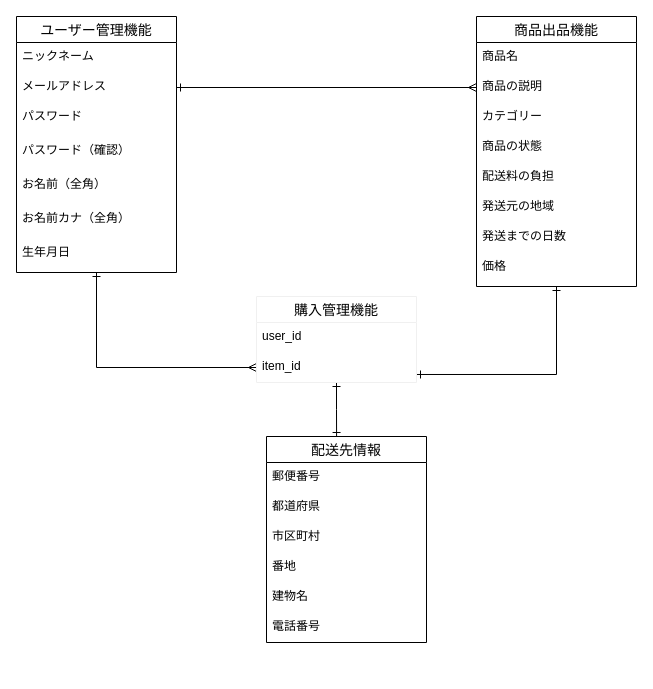
yukki373/furima-34583 keeps this draw.io diagram as furima.dio. Above is the earlier version. Source tidied: cells renumbered, new cells numbered last; positions are measured from the earlier drawing's top-left corner, leaving out a move shared by most shapes. Both pictures are drawn from the tidied source at 100%, with x=0, y=0 at pixel (16, 16).
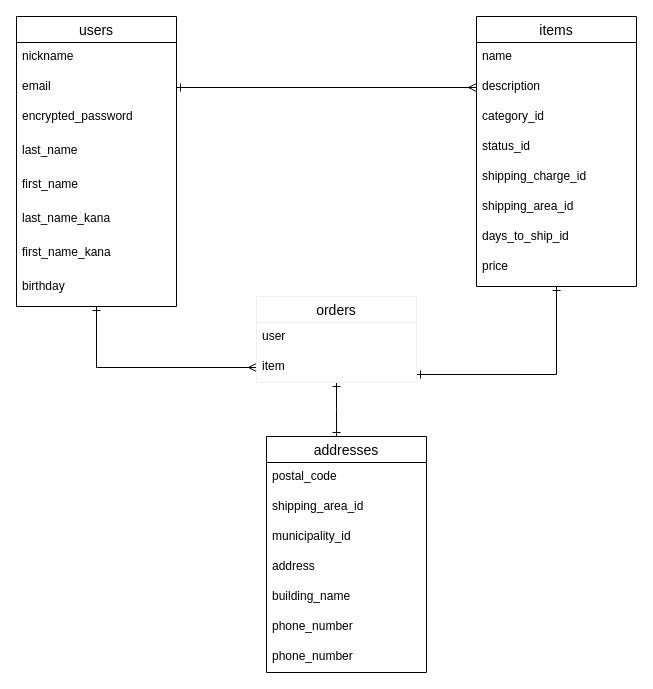
The same page after the edit.

Diff of the diagram source:
```diff
@@
-    <mxCell id="3" value="ユーザー管理機能" style="swimlane;fontStyle=0;horizontal=1;startSize=26;align=center;fontSize=14;" parent="1" vertex="1">
-      <mxGeometry width="160" height="256" as="geometry" />
+    <mxCell id="3" value="users" style="swimlane;fontStyle=0;horizontal=1;startSize=26;align=center;fontSize=14;" parent="1" vertex="1">
+      <mxGeometry width="160" height="290" as="geometry" />
     </mxCell>
-    <mxCell id="4" value="ニックネーム" style="text;strokeColor=none;fillColor=none;spacingLeft=4;spacingRight=4;overflow=hidden;fontSize=12;" parent="3" vertex="1">
+    <mxCell id="4" value="nickname" style="text;strokeColor=none;fillColor=none;spacingLeft=4;spacingRight=4;overflow=hidden;fontSize=12;" parent="3" vertex="1">
       <mxGeometry y="26" width="160" height="30" as="geometry" />
     </mxCell>
-    <mxCell id="5" value="メールアドレス" style="text;strokeColor=none;fillColor=none;spacingLeft=4;spacingRight=4;overflow=hidden;points=[[0,0.5],[1,0.5]];portConstraint=eastwest;fontSize=12;" parent="3" vertex="1">
+    <mxCell id="5" value="email" style="text;strokeColor=none;fillColor=none;spacingLeft=4;spacingRight=4;overflow=hidden;points=[[0,0.5],[1,0.5]];portConstraint=eastwest;fontSize=12;" parent="3" vertex="1">
       <mxGeometry y="56" width="160" height="30" as="geometry" />
     </mxCell>
-    <mxCell id="6" value="パスワード" style="text;strokeColor=none;fillColor=none;spacingLeft=4;spacingRight=4;overflow=hidden;fontSize=12;" parent="3" vertex="1">
-      <mxGeometry y="86" width="160" height="34" as="geometry" />
-    </mxCell>
-    <mxCell id="7" value="パスワード（確認）" style="text;strokeColor=none;fillColor=none;spacingLeft=4;spacingRight=4;overflow=hidden;fontSize=12;" parent="3" vertex="1">
-      <mxGeometry y="120" width="160" height="34" as="geometry" />
+    <mxCell id="7" value="encrypted_password" style="text;strokeColor=none;fillColor=none;spacingLeft=4;spacingRight=4;overflow=hidden;fontSize=12;" parent="3" vertex="1">
+      <mxGeometry y="86" width="160" height="34" as="geometry" />
     </mxCell>
-    <mxCell id="8" value="お名前（全角）" style="text;strokeColor=none;fillColor=none;spacingLeft=4;spacingRight=4;overflow=hidden;fontSize=12;" parent="3" vertex="1">
-      <mxGeometry y="154" width="160" height="34" as="geometry" />
+    <mxCell id="8" value="last_name" style="text;strokeColor=none;fillColor=none;spacingLeft=4;spacingRight=4;overflow=hidden;fontSize=12;" parent="3" vertex="1">
+      <mxGeometry y="120" width="160" height="34" as="geometry" />
     </mxCell>
-    <mxCell id="9" value="お名前カナ（全角）" style="text;strokeColor=none;fillColor=none;spacingLeft=4;spacingRight=4;overflow=hidden;fontSize=12;" parent="3" vertex="1">
-      <mxGeometry y="188" width="160" height="34" as="geometry" />
+    <mxCell id="9" value="first_name" style="text;strokeColor=none;fillColor=none;spacingLeft=4;spacingRight=4;overflow=hidden;fontSize=12;" parent="3" vertex="1">
+      <mxGeometry y="154" width="160" height="34" as="geometry" />
     </mxCell>
+    <mxCell id="33" value="last_name_kana&#10;&#10;" style="text;strokeColor=none;fillColor=none;spacingLeft=4;spacingRight=4;overflow=hidden;fontSize=12;" parent="3" vertex="1">
+      <mxGeometry y="188" width="160" height="34" as="geometry" />
+    </mxCell>
+    <mxCell id="34" value="first_name_kana" style="text;strokeColor=none;fillColor=none;spacingLeft=4;spacingRight=4;overflow=hidden;fontSize=12;" parent="3" vertex="1">
+      <mxGeometry y="222" width="160" height="34" as="geometry" />
+    </mxCell>
-    <mxCell id="10" value="生年月日" style="text;strokeColor=none;fillColor=none;spacingLeft=4;spacingRight=4;overflow=hidden;fontSize=12;" parent="3" vertex="1">
-      <mxGeometry y="222" width="160" height="34" as="geometry" />
+    <mxCell id="10" value="birthday" style="text;strokeColor=none;fillColor=none;spacingLeft=4;spacingRight=4;overflow=hidden;fontSize=12;" parent="3" vertex="1">
+      <mxGeometry y="256" width="160" height="34" as="geometry" />
     </mxCell>
@@
-    <mxCell id="12" value="商品出品機能" style="swimlane;fontStyle=0;horizontal=1;startSize=26;align=center;fontSize=14;" parent="1" vertex="1">
+    <mxCell id="12" value="items" style="swimlane;fontStyle=0;horizontal=1;startSize=26;align=center;fontSize=14;" parent="1" vertex="1">
       <mxGeometry x="460" width="160" height="270" as="geometry" />
     </mxCell>
-    <mxCell id="13" value="商品名" style="text;strokeColor=none;fillColor=none;spacingLeft=4;spacingRight=4;overflow=hidden;fontSize=12;" parent="12" vertex="1">
+    <mxCell id="13" value="name" style="text;strokeColor=none;fillColor=none;spacingLeft=4;spacingRight=4;overflow=hidden;fontSize=12;" parent="12" vertex="1">
       <mxGeometry y="26" width="160" height="30" as="geometry" />
     </mxCell>
-    <mxCell id="14" value="商品の説明" style="text;strokeColor=none;fillColor=none;spacingLeft=4;spacingRight=4;overflow=hidden;points=[[0,0.5],[1,0.5]];portConstraint=eastwest;fontSize=12;" parent="12" vertex="1">
+    <mxCell id="14" value="description" style="text;strokeColor=none;fillColor=none;spacingLeft=4;spacingRight=4;overflow=hidden;points=[[0,0.5],[1,0.5]];portConstraint=eastwest;fontSize=12;" parent="12" vertex="1">
       <mxGeometry y="56" width="160" height="30" as="geometry" />
     </mxCell>
-    <mxCell id="15" value="カテゴリー&#10;" style="text;strokeColor=none;fillColor=none;spacingLeft=4;spacingRight=4;overflow=hidden;fontSize=12;" parent="12" vertex="1">
+    <mxCell id="15" value="category_id" style="text;strokeColor=none;fillColor=none;spacingLeft=4;spacingRight=4;overflow=hidden;fontSize=12;" parent="12" vertex="1">
       <mxGeometry y="86" width="160" height="30" as="geometry" />
     </mxCell>
-    <mxCell id="16" value="商品の状態&#10;" style="text;strokeColor=none;fillColor=none;spacingLeft=4;spacingRight=4;overflow=hidden;fontSize=12;" parent="12" vertex="1">
+    <mxCell id="16" value="status_id" style="text;strokeColor=none;fillColor=none;spacingLeft=4;spacingRight=4;overflow=hidden;fontSize=12;" parent="12" vertex="1">
       <mxGeometry y="116" width="160" height="30" as="geometry" />
     </mxCell>
-    <mxCell id="17" value="配送料の負担" style="text;strokeColor=none;fillColor=none;spacingLeft=4;spacingRight=4;overflow=hidden;fontSize=12;" parent="12" vertex="1">
+    <mxCell id="17" value="shipping_charge_id" style="text;strokeColor=none;fillColor=none;spacingLeft=4;spacingRight=4;overflow=hidden;fontSize=12;" parent="12" vertex="1">
       <mxGeometry y="146" width="160" height="30" as="geometry" />
     </mxCell>
-    <mxCell id="18" value="発送元の地域" style="text;strokeColor=none;fillColor=none;spacingLeft=4;spacingRight=4;overflow=hidden;fontSize=12;" parent="12" vertex="1">
+    <mxCell id="18" value="shipping_area_id&#10;&#10;" style="text;strokeColor=none;fillColor=none;spacingLeft=4;spacingRight=4;overflow=hidden;fontSize=12;" parent="12" vertex="1">
       <mxGeometry y="176" width="160" height="30" as="geometry" />
     </mxCell>
-    <mxCell id="19" value="発送までの日数" style="text;strokeColor=none;fillColor=none;spacingLeft=4;spacingRight=4;overflow=hidden;fontSize=12;" parent="12" vertex="1">
+    <mxCell id="19" value="days_to_ship_id&#10;&#10;" style="text;strokeColor=none;fillColor=none;spacingLeft=4;spacingRight=4;overflow=hidden;fontSize=12;" parent="12" vertex="1">
       <mxGeometry y="206" width="160" height="30" as="geometry" />
     </mxCell>
-    <mxCell id="20" value="価格" style="text;strokeColor=none;fillColor=none;spacingLeft=4;spacingRight=4;overflow=hidden;fontSize=12;" parent="12" vertex="1">
+    <mxCell id="20" value="price" style="text;strokeColor=none;fillColor=none;spacingLeft=4;spacingRight=4;overflow=hidden;fontSize=12;" parent="12" vertex="1">
       <mxGeometry y="236" width="160" height="34" as="geometry" />
     </mxCell>
-    <mxCell id="21" value="配送先情報" style="swimlane;fontStyle=0;horizontal=1;startSize=26;align=center;fontSize=14;" parent="1" vertex="1">
-      <mxGeometry x="250" y="420" width="160" height="206" as="geometry" />
+    <mxCell id="21" value="addresses" style="swimlane;fontStyle=0;horizontal=1;startSize=26;align=center;fontSize=14;" parent="1" vertex="1">
+      <mxGeometry x="250" y="420" width="160" height="236" as="geometry" />
     </mxCell>
-    <mxCell id="22" value="郵便番号 " style="text;strokeColor=none;fillColor=none;spacingLeft=4;spacingRight=4;overflow=hidden;fontSize=12;" parent="21" vertex="1">
+    <mxCell id="22" value="postal_code" style="text;strokeColor=none;fillColor=none;spacingLeft=4;spacingRight=4;overflow=hidden;fontSize=12;" parent="21" vertex="1">
       <mxGeometry y="26" width="160" height="30" as="geometry" />
     </mxCell>
-    <mxCell id="23" value="都道府県 &#10;" style="text;strokeColor=none;fillColor=none;spacingLeft=4;spacingRight=4;overflow=hidden;fontSize=12;" parent="21" vertex="1">
+    <mxCell id="23" value="shipping_area_id&#10;&#10;" style="text;strokeColor=none;fillColor=none;spacingLeft=4;spacingRight=4;overflow=hidden;fontSize=12;" parent="21" vertex="1">
       <mxGeometry y="56" width="160" height="30" as="geometry" />
     </mxCell>
-    <mxCell id="24" value="市区町村 " style="text;strokeColor=none;fillColor=none;spacingLeft=4;spacingRight=4;overflow=hidden;fontSize=12;" parent="21" vertex="1">
+    <mxCell id="24" value="municipality_id" style="text;strokeColor=none;fillColor=none;spacingLeft=4;spacingRight=4;overflow=hidden;fontSize=12;" parent="21" vertex="1">
       <mxGeometry y="86" width="160" height="30" as="geometry" />
     </mxCell>
-    <mxCell id="25" value="番地" style="text;strokeColor=none;fillColor=none;spacingLeft=4;spacingRight=4;overflow=hidden;fontSize=12;" parent="21" vertex="1">
+    <mxCell id="25" value="address" style="text;strokeColor=none;fillColor=none;spacingLeft=4;spacingRight=4;overflow=hidden;fontSize=12;" parent="21" vertex="1">
       <mxGeometry y="116" width="160" height="30" as="geometry" />
     </mxCell>
-    <mxCell id="26" value="建物名" style="text;strokeColor=none;fillColor=none;spacingLeft=4;spacingRight=4;overflow=hidden;fontSize=12;" parent="21" vertex="1">
+    <mxCell id="26" value="building_name" style="text;strokeColor=none;fillColor=none;spacingLeft=4;spacingRight=4;overflow=hidden;fontSize=12;" parent="21" vertex="1">
       <mxGeometry y="146" width="160" height="30" as="geometry" />
     </mxCell>
-    <mxCell id="27" value="電話番号" style="text;strokeColor=none;fillColor=none;spacingLeft=4;spacingRight=4;overflow=hidden;fontSize=12;" parent="21" vertex="1">
+    <mxCell id="27" value="phone_number" style="text;strokeColor=none;fillColor=none;spacingLeft=4;spacingRight=4;overflow=hidden;fontSize=12;" parent="21" vertex="1">
       <mxGeometry y="176" width="160" height="30" as="geometry" />
     </mxCell>
+    <mxCell id="35" value="phone_number" style="text;strokeColor=none;fillColor=none;spacingLeft=4;spacingRight=4;overflow=hidden;fontSize=12;" parent="21" vertex="1">
+      <mxGeometry y="206" width="160" height="30" as="geometry" />
+    </mxCell>
@@
-    <mxCell id="30" value="購入管理機能" style="swimlane;fontStyle=0;horizontal=1;startSize=26;align=center;fontSize=14;strokeColor=#f0f0f0;" parent="1" vertex="1">
+    <mxCell id="30" value="orders" style="swimlane;fontStyle=0;horizontal=1;startSize=26;align=center;fontSize=14;strokeColor=#f0f0f0;" parent="1" vertex="1">
       <mxGeometry x="240" y="280" width="160" height="86" as="geometry" />
     </mxCell>
-    <mxCell id="31" value="user_id" style="text;strokeColor=none;fillColor=none;spacingLeft=4;spacingRight=4;overflow=hidden;fontSize=12;" parent="30" vertex="1">
+    <mxCell id="31" value="user&#10;&#10;" style="text;strokeColor=none;fillColor=none;spacingLeft=4;spacingRight=4;overflow=hidden;fontSize=12;" parent="30" vertex="1">
       <mxGeometry y="26" width="160" height="30" as="geometry" />
     </mxCell>
-    <mxCell id="32" value="item_id" style="text;strokeColor=none;fillColor=none;spacingLeft=4;spacingRight=4;overflow=hidden;points=[[0,0.5],[1,0.5]];portConstraint=eastwest;fontSize=12;" parent="30" vertex="1">
+    <mxCell id="32" value="item" style="text;strokeColor=none;fillColor=none;spacingLeft=4;spacingRight=4;overflow=hidden;points=[[0,0.5],[1,0.5]];portConstraint=eastwest;fontSize=12;" parent="30" vertex="1">
       <mxGeometry y="56" width="160" height="30" as="geometry" />
     </mxCell>
```
